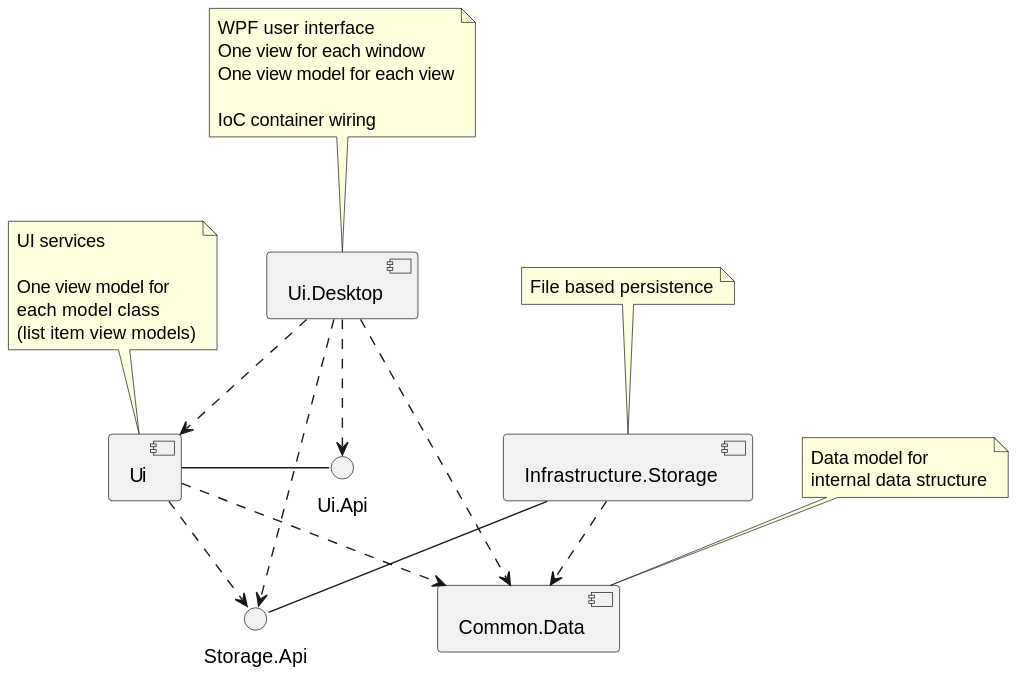
skr444/tebloman keeps this PlantUML diagram as docs/architecture/resources/images/component_diagram.svg. Above is the earlier version.
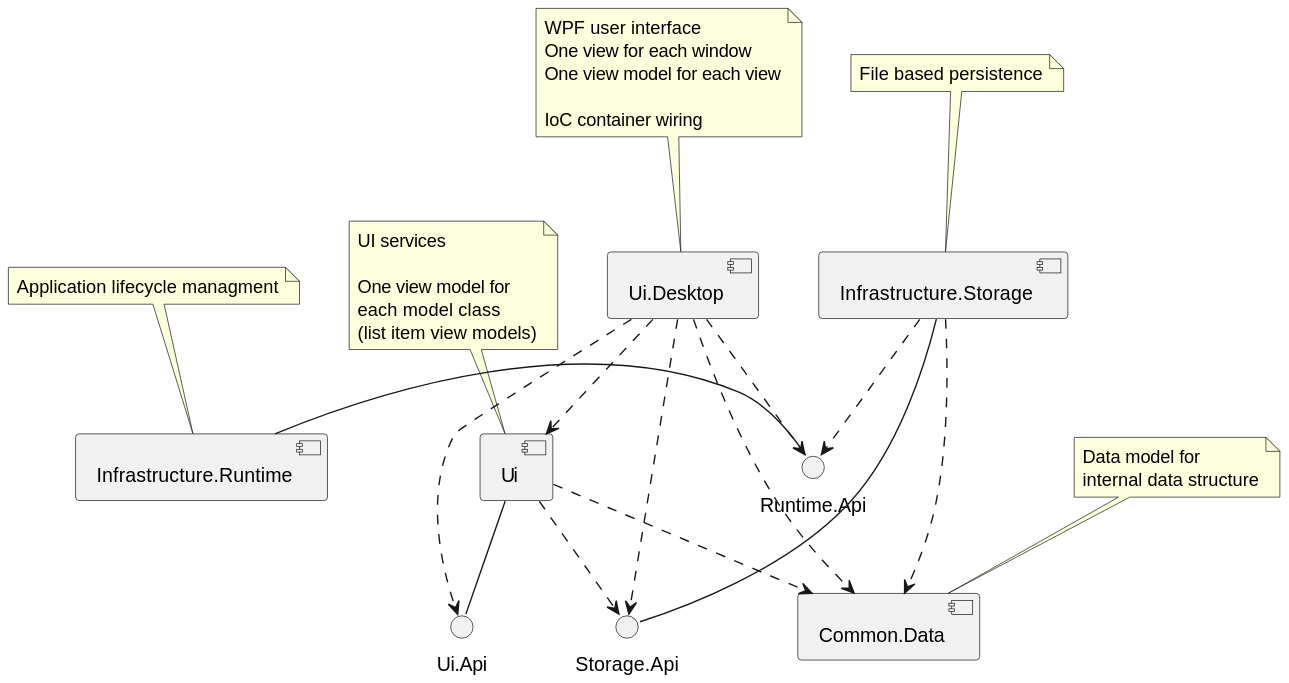
Above is the later version.

Commit message:
docs: updated architecture document

The edit, as a diff of the source:
```diff
@@ -7,19 +7,25 @@
 
 interface "Ui.Api" as ui_api
 [Ui] as ui
-ui - ui_api
+ui -- ui_api
 
 [Ui.Desktop] as desktop
+
+interface "Runtime.Api" as r_api
+[Infrastructure.Runtime] as runtime
+runtime - r_api
 
 desktop ..> ui
 desktop ..> ui_api
 desktop ..> s_api
 desktop ..> data
+desktop ..> r_api
 
 ui ..> s_api
 ui ..> data
 
-storage ..> data
+storage ...> data
+storage ..> r_api
 
 note top of desktop
     WPF user interface
@@ -45,4 +51,8 @@
     Data model for
     internal data structure
 end note
+
+note top of runtime
+    Application lifecycle managment
+end note
 @enduml
```
